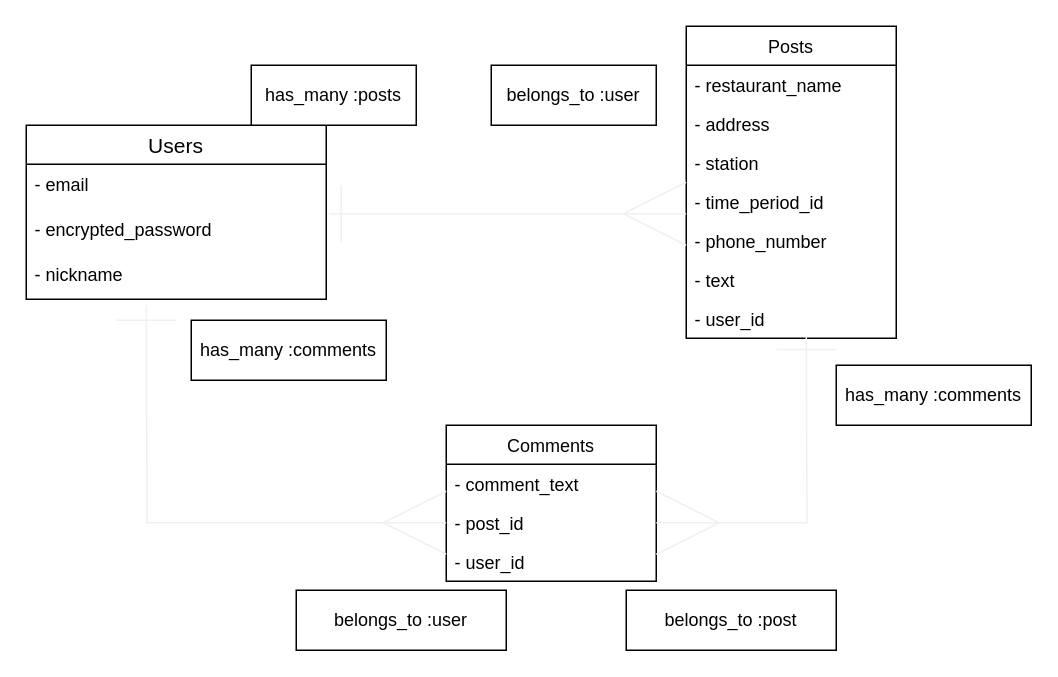
piposaruuuu/tabimeshi keeps this draw.io diagram as test.dio. Above is the earlier version. Source tidied: cells renumbered, new cells numbered last; positions are measured from the earlier drawing's top-left corner, leaving out a move shared by most shapes. Both pictures are drawn from the tidied source at 150%, with x=0, y=0 at pixel (26, 26).
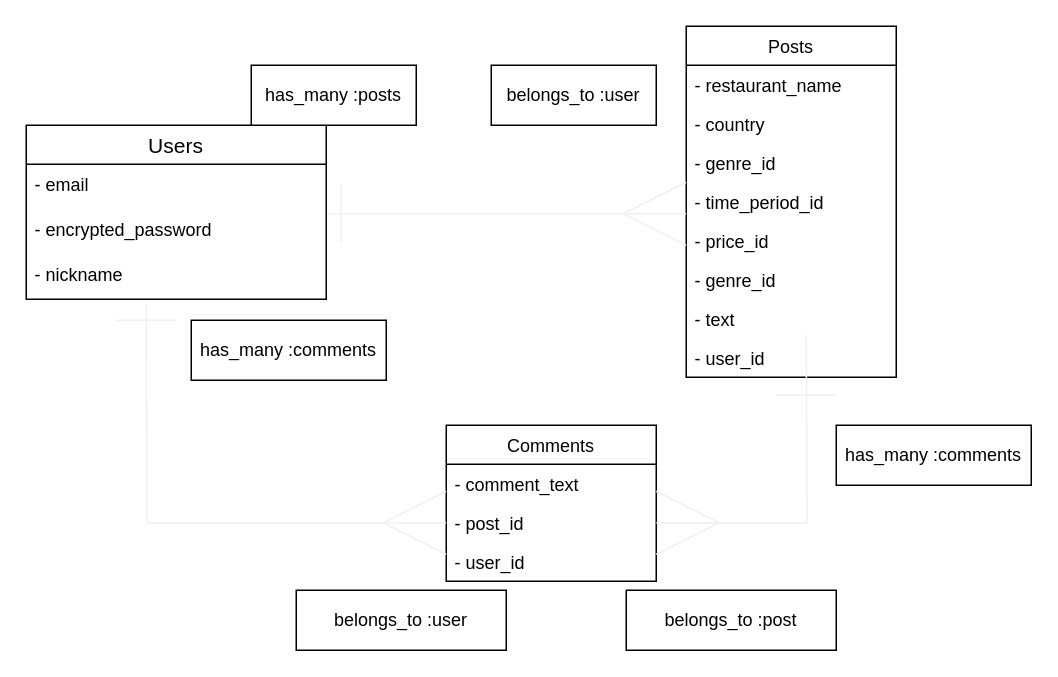
The same page after the edit.

The edit, as a diff of the source:
```diff
@@
     <mxCell id="6" value="Posts" style="swimlane;fontStyle=0;horizontal=1;startSize=26;" parent="1" vertex="1">
-      <mxGeometry x="440" width="140" height="208" as="geometry" />
+      <mxGeometry x="440" width="140" height="234" as="geometry" />
     </mxCell>
@@
-    <mxCell id="8" value="- address" style="text;strokeColor=none;fillColor=none;align=left;verticalAlign=top;spacingLeft=4;spacingRight=4;overflow=hidden;" parent="6" vertex="1">
+    <mxCell id="8" value="- country" style="text;strokeColor=none;fillColor=none;align=left;verticalAlign=top;spacingLeft=4;spacingRight=4;overflow=hidden;" parent="6" vertex="1">
       <mxGeometry y="52" width="140" height="26" as="geometry" />
     </mxCell>
-    <mxCell id="9" value="- station" style="text;strokeColor=none;fillColor=none;align=left;verticalAlign=top;spacingLeft=4;spacingRight=4;overflow=hidden;" parent="6" vertex="1">
+    <mxCell id="9" value="- genre_id" style="text;strokeColor=none;fillColor=none;align=left;verticalAlign=top;spacingLeft=4;spacingRight=4;overflow=hidden;" parent="6" vertex="1">
       <mxGeometry y="78" width="140" height="26" as="geometry" />
     </mxCell>
@@
-    <mxCell id="11" value="- phone_number" style="text;strokeColor=none;fillColor=none;align=left;verticalAlign=top;spacingLeft=4;spacingRight=4;overflow=hidden;" parent="6" vertex="1">
+    <mxCell id="11" value="- price_id" style="text;strokeColor=none;fillColor=none;align=left;verticalAlign=top;spacingLeft=4;spacingRight=4;overflow=hidden;" parent="6" vertex="1">
       <mxGeometry y="130" width="140" height="26" as="geometry" />
     </mxCell>
+    <mxCell id="13" value="- genre_id" style="text;strokeColor=none;fillColor=none;align=left;verticalAlign=top;spacingLeft=4;spacingRight=4;overflow=hidden;" parent="6" vertex="1">
+      <mxGeometry y="156" width="140" height="26" as="geometry" />
+    </mxCell>
     <mxCell id="12" value="- text" style="text;strokeColor=none;fillColor=none;align=left;verticalAlign=top;spacingLeft=4;spacingRight=4;overflow=hidden;" parent="6" vertex="1">
-      <mxGeometry y="156" width="140" height="26" as="geometry" />
+      <mxGeometry y="182" width="140" height="26" as="geometry" />
     </mxCell>
-    <mxCell id="13" value="- user_id" style="text;strokeColor=none;fillColor=none;align=left;verticalAlign=top;spacingLeft=4;spacingRight=4;overflow=hidden;" parent="6" vertex="1">
-      <mxGeometry y="182" width="140" height="26" as="geometry" />
-    </mxCell>
+    <mxCell id="30" value="- user_id" style="text;strokeColor=none;fillColor=none;align=left;verticalAlign=top;spacingLeft=4;spacingRight=4;overflow=hidden;" parent="6" vertex="1">
+      <mxGeometry y="208" width="140" height="26" as="geometry" />
+    </mxCell>
@@
     <mxCell id="25" style="endArrow=none;html=1;rounded=0;startSize=40;endSize=40;strokeColor=#f0f0f0;" parent="1" edge="1">
       <mxGeometry relative="1" as="geometry">
-        <mxPoint x="500" y="215.5" as="sourcePoint" />
-        <mxPoint x="540" y="215.5" as="targetPoint" />
+        <mxPoint x="500" y="246" as="sourcePoint" />
+        <mxPoint x="540" y="246" as="targetPoint" />
         <Array as="points">
-          <mxPoint x="520" y="215.5" />
+          <mxPoint x="520" y="246" />
         </Array>
       </mxGeometry>
     </mxCell>
@@
     <mxCell id="28" value="&lt;span&gt;has_many :comments&lt;/span&gt;" style="whiteSpace=wrap;html=1;align=center;" parent="1" vertex="1">
-      <mxGeometry x="540" y="226" width="130" height="40" as="geometry" />
+      <mxGeometry x="540" y="266" width="130" height="40" as="geometry" />
     </mxCell>
```
